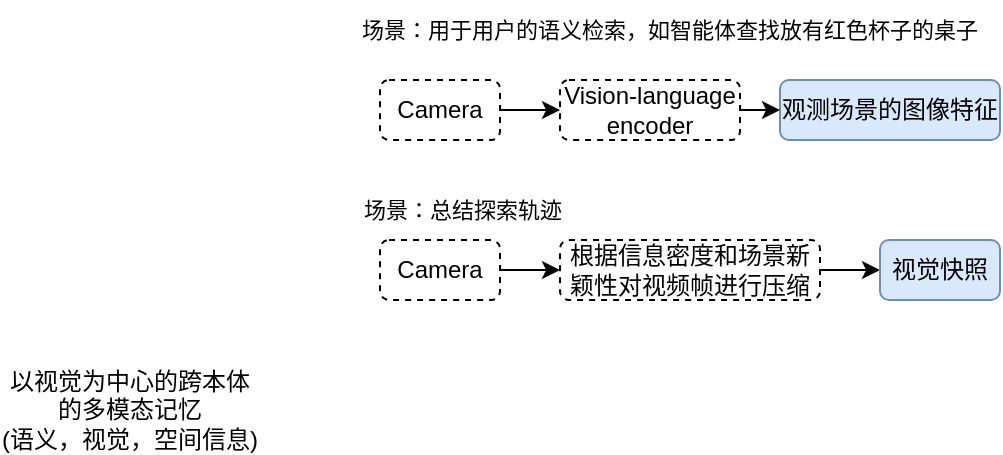
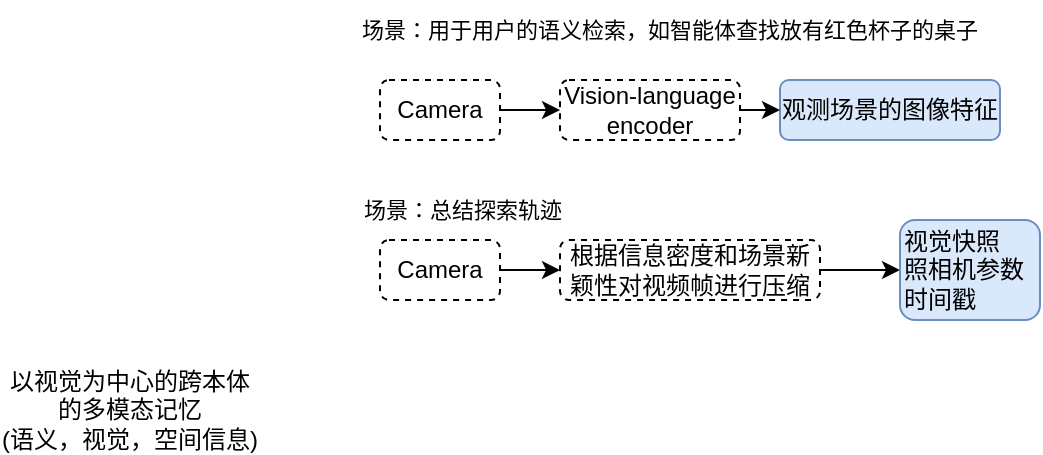
<mxfile host="app.diagrams.net">
  <diagram name="第 1 页" id="ri1UiOSOw__C7K71Jf-3">
    <mxGraphModel dx="884" dy="479" grid="1" gridSize="10" guides="1" tooltips="1" connect="1" arrows="1" fold="1" page="1" pageScale="1" pageWidth="3300" pageHeight="2339" math="0" shadow="0">
      <root>
        <mxCell id="0" />
        <mxCell id="1" parent="0" />
        <mxCell id="8uAygAgR7DF40HWwl34I-1" parent="1" style="text;html=1;whiteSpace=wrap;strokeColor=none;fillColor=none;align=center;verticalAlign=middle;rounded=0;" value="以视觉为中心的跨本体的多模态记忆&lt;br&gt;(语义，视觉，空间信息)" vertex="1">
          <mxGeometry height="30" width="130" x="20" y="260" as="geometry" />
        </mxCell>
        <mxCell id="8uAygAgR7DF40HWwl34I-2" parent="1" style="rounded=1;whiteSpace=wrap;html=1;fillColor=#dae8fc;strokeColor=#6c8ebf;" value="观测场景的图像特征" vertex="1">
          <mxGeometry height="30" width="110" x="410" y="110" as="geometry" />
        </mxCell>
        <mxCell id="8uAygAgR7DF40HWwl34I-5" edge="1" parent="1" source="8uAygAgR7DF40HWwl34I-3" style="edgeStyle=orthogonalEdgeStyle;rounded=0;orthogonalLoop=1;jettySize=auto;html=1;exitX=1;exitY=0.5;exitDx=0;exitDy=0;entryX=0;entryY=0.5;entryDx=0;entryDy=0;" target="8uAygAgR7DF40HWwl34I-2">
          <mxGeometry relative="1" as="geometry" />
        </mxCell>
        <mxCell id="8uAygAgR7DF40HWwl34I-3" parent="1" style="rounded=1;whiteSpace=wrap;html=1;dashed=1;" value="Vision-language encoder" vertex="1">
          <mxGeometry height="30" width="90" x="300" y="110" as="geometry" />
        </mxCell>
        <mxCell id="8uAygAgR7DF40HWwl34I-6" edge="1" parent="1" source="8uAygAgR7DF40HWwl34I-4" style="edgeStyle=orthogonalEdgeStyle;rounded=0;orthogonalLoop=1;jettySize=auto;html=1;exitX=1;exitY=0.5;exitDx=0;exitDy=0;entryX=0;entryY=0.5;entryDx=0;entryDy=0;" target="8uAygAgR7DF40HWwl34I-3">
          <mxGeometry relative="1" as="geometry" />
        </mxCell>
        <mxCell id="8uAygAgR7DF40HWwl34I-4" parent="1" style="rounded=1;whiteSpace=wrap;html=1;dashed=1;" value="Camera" vertex="1">
          <mxGeometry height="30" width="60" x="210" y="110" as="geometry" />
        </mxCell>
        <mxCell id="8uAygAgR7DF40HWwl34I-7" parent="1" style="text;html=1;whiteSpace=wrap;strokeColor=none;fillColor=none;align=center;verticalAlign=middle;rounded=0;fontSize=11;" value="场景：用于用户的语义检索，如智能体查找放有红色杯子的桌子" vertex="1">
          <mxGeometry height="30" width="310" x="200" y="70" as="geometry" />
        </mxCell>
        <mxCell id="8uAygAgR7DF40HWwl34I-10" edge="1" parent="1" source="8uAygAgR7DF40HWwl34I-8" style="edgeStyle=orthogonalEdgeStyle;rounded=0;orthogonalLoop=1;jettySize=auto;html=1;" target="8uAygAgR7DF40HWwl34I-9" value="">
          <mxGeometry relative="1" as="geometry" />
        </mxCell>
        <mxCell id="8uAygAgR7DF40HWwl34I-8" parent="1" style="rounded=1;whiteSpace=wrap;html=1;dashed=1;" value="Camera" vertex="1">
          <mxGeometry height="30" width="60" x="210" y="190" as="geometry" />
        </mxCell>
        <mxCell id="8uAygAgR7DF40HWwl34I-14" edge="1" parent="1" source="8uAygAgR7DF40HWwl34I-9" style="edgeStyle=orthogonalEdgeStyle;rounded=0;orthogonalLoop=1;jettySize=auto;html=1;exitX=1;exitY=0.5;exitDx=0;exitDy=0;entryX=0;entryY=0.5;entryDx=0;entryDy=0;" target="8uAygAgR7DF40HWwl34I-13">
          <mxGeometry relative="1" as="geometry" />
        </mxCell>
        <mxCell id="8uAygAgR7DF40HWwl34I-9" parent="1" style="rounded=1;whiteSpace=wrap;html=1;dashed=1;" value="根据信息密度和场景新颖性对视频帧进行压缩" vertex="1">
          <mxGeometry height="30" width="130" x="300" y="190" as="geometry" />
        </mxCell>
        <mxCell id="8uAygAgR7DF40HWwl34I-11" parent="1" style="text;html=1;whiteSpace=wrap;strokeColor=none;fillColor=none;align=left;verticalAlign=middle;rounded=0;fontSize=11;" value="场景：总结探索轨迹" vertex="1">
          <mxGeometry height="30" width="110" x="200" y="160" as="geometry" />
        </mxCell>
-         <mxCell id="8uAygAgR7DF40HWwl34I-13" parent="1" style="rounded=1;whiteSpace=wrap;html=1;fillColor=#dae8fc;strokeColor=#6c8ebf;" value="视觉快照" vertex="1">
-           <mxGeometry height="30" width="60" x="460" y="190" as="geometry" />
+         <mxCell id="8uAygAgR7DF40HWwl34I-13" parent="1" style="rounded=1;whiteSpace=wrap;html=1;fillColor=#dae8fc;strokeColor=#6c8ebf;align=left;" value="视觉快照&lt;br&gt;&lt;span style=&quot;&quot;&gt;照相机参数&lt;/span&gt;&lt;div style=&quot;&quot;&gt;时间戳&lt;/div&gt;" vertex="1">
+           <mxGeometry height="50" width="70" x="470" y="180" as="geometry" />
        </mxCell>
      </root>
    </mxGraphModel>
  </diagram>
</mxfile>
